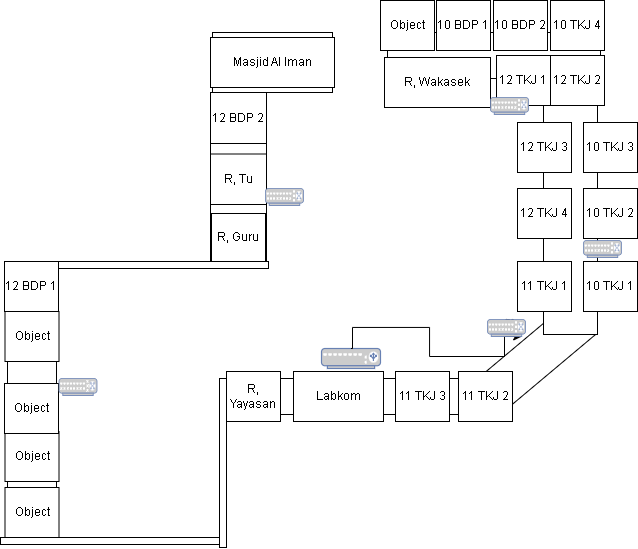
This is Topologi-pasran-new.drawio.png from Dhaffnavyz/draw.io, a draw.io export, as it was before one commit. Source tidied: cells renumbered, new cells last; positions are measured from the earlier drawing's top-left corner, leaving out a move shared by most shapes.
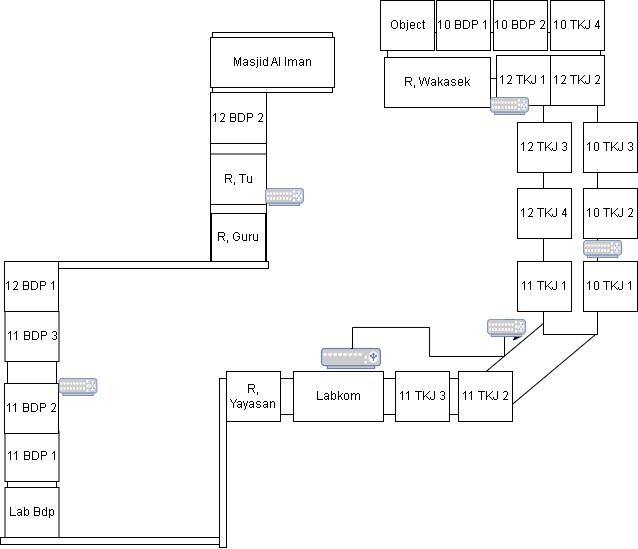
Later version of the same file.

Diff of the diagram source:
```diff
@@ -52,16 +52,16 @@
     <mxCell id="17" value="12 BDP 1" style="html=1;whiteSpace=wrap;" parent="1" vertex="1">
       <mxGeometry x="4" y="261" width="54" height="50" as="geometry" />
     </mxCell>
-    <mxCell id="18" value="Object" style="html=1;whiteSpace=wrap;" parent="1" vertex="1">
+    <mxCell id="18" value="11 BDP 3" style="html=1;whiteSpace=wrap;" parent="1" vertex="1">
       <mxGeometry x="4.5" y="311" width="54" height="50" as="geometry" />
     </mxCell>
-    <mxCell id="19" value="Object" style="html=1;whiteSpace=wrap;" parent="1" vertex="1">
+    <mxCell id="19" value="11 BDP 1" style="html=1;whiteSpace=wrap;" parent="1" vertex="1">
       <mxGeometry x="4.5" y="431" width="54" height="50" as="geometry" />
     </mxCell>
-    <mxCell id="20" value="Object" style="html=1;whiteSpace=wrap;" parent="1" vertex="1">
+    <mxCell id="20" value="11 BDP 2" style="html=1;whiteSpace=wrap;" parent="1" vertex="1">
       <mxGeometry x="4" y="383" width="54" height="50" as="geometry" />
     </mxCell>
-    <mxCell id="21" value="Object" style="html=1;whiteSpace=wrap;" parent="1" vertex="1">
+    <mxCell id="21" value="Lab Bdp" style="html=1;whiteSpace=wrap;" parent="1" vertex="1">
       <mxGeometry x="4.5" y="487" width="54" height="50" as="geometry" />
     </mxCell>
     <mxCell id="22" value="Masjid Al Iman" style="html=1;whiteSpace=wrap;" parent="1" vertex="1">
```
